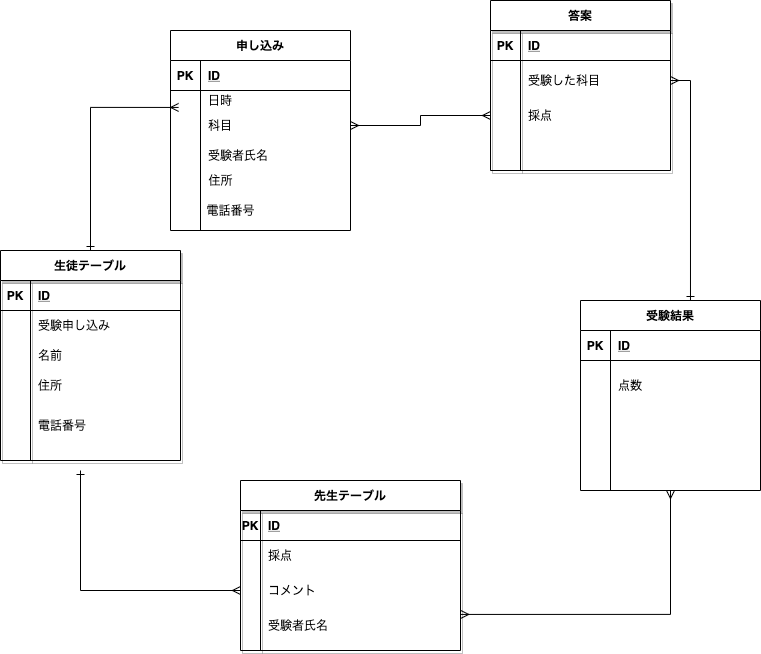
oninopantsu/diagrams.net keeps this draw.io diagram as indesx.drawio.png. Above is the earlier version. Source tidied: cells renumbered, new cells last; positions are measured from the earlier drawing's top-left corner, leaving out a move shared by most shapes.
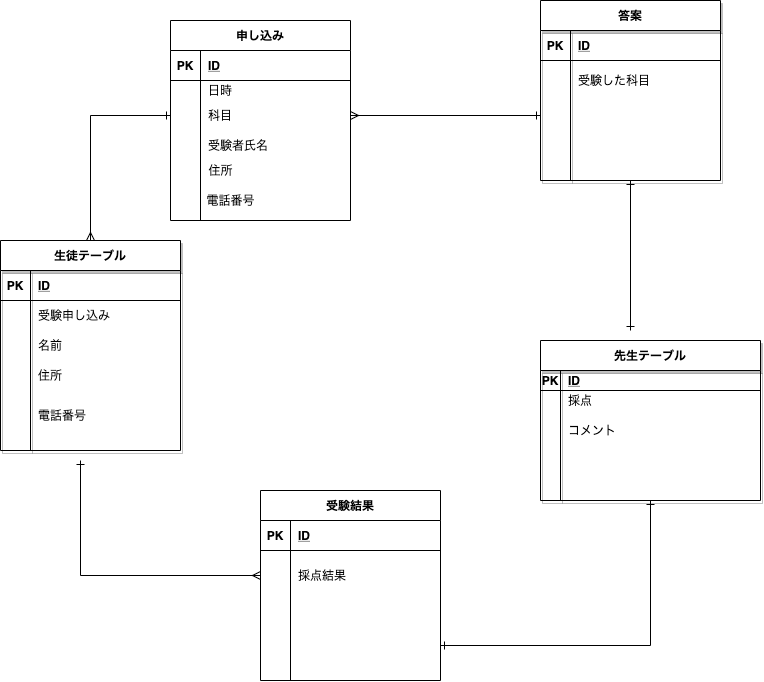
Above is the later version.

The edit, as a diff of the source:
```diff
@@ -2,29 +2,32 @@
   <root>
     <mxCell id="0" />
     <mxCell id="1" parent="0" />
+    <mxCell id="78" style="edgeStyle=orthogonalEdgeStyle;rounded=0;jettySize=auto;html=1;entryX=1;entryY=0.5;entryDx=0;entryDy=0;startArrow=ERone;startFill=0;endArrow=ERone;endFill=0;" parent="1" edge="1" source="2" target="53">
+      <mxGeometry relative="1" as="geometry" />
+    </mxCell>
     <mxCell id="2" value="先生テーブル" style="shape=table;startSize=30;rowLines=0;fontStyle=1;align=center;shadow=1;" parent="1" vertex="1">
-      <mxGeometry x="240" y="480" width="220" height="170" as="geometry" />
+      <mxGeometry x="540" y="350" width="220" height="160" as="geometry" />
     </mxCell>
     <mxCell id="3" style="shape=partialRectangle;fillColor=none;top=0;left=0;bottom=1;right=0;" parent="2" vertex="1">
-      <mxGeometry y="30" width="220" height="30" as="geometry" />
+      <mxGeometry y="30" width="220" height="20" as="geometry" />
     </mxCell>
     <mxCell id="4" value="PK" style="shape=partialRectangle;fillColor=none;top=0;left=0;bottom=0;right=0;fontStyle=1;overflow=hidden;" parent="3" vertex="1">
-      <mxGeometry width="20" height="30" as="geometry" />
+      <mxGeometry width="20" height="20" as="geometry" />
     </mxCell>
     <mxCell id="5" value="ID" style="shape=partialRectangle;fillColor=none;top=0;left=0;bottom=0;right=0;align=left;spacingLeft=6;fontStyle=5;overflow=hidden;" parent="3" vertex="1">
-      <mxGeometry x="20" width="200" height="30" as="geometry" />
+      <mxGeometry x="20" width="200" height="20" as="geometry" />
     </mxCell>
     <mxCell id="6" style="shape=partialRectangle;fillColor=none;top=0;left=0;bottom=0;right=0;" parent="2" vertex="1">
-      <mxGeometry y="60" width="220" height="30" as="geometry" />
+      <mxGeometry y="50" width="220" height="20" as="geometry" />
     </mxCell>
     <mxCell id="7" style="shape=partialRectangle;fillColor=none;top=0;left=0;bottom=0;right=0;overflow=hidden;" parent="6" vertex="1">
-      <mxGeometry width="20" height="30" as="geometry" />
+      <mxGeometry width="20" height="20" as="geometry" />
     </mxCell>
     <mxCell id="8" value="採点" style="shape=partialRectangle;fillColor=none;top=0;left=0;bottom=0;right=0;align=left;spacingLeft=6;overflow=hidden;" parent="6" vertex="1">
-      <mxGeometry x="20" width="200" height="30" as="geometry" />
+      <mxGeometry x="20" width="200" height="20" as="geometry" />
     </mxCell>
     <mxCell id="9" style="shape=partialRectangle;fillColor=none;top=0;left=0;bottom=0;right=0;points=[[0,0.5],[1,0.5]];portConstraint=eastwest;" parent="2" vertex="1">
-      <mxGeometry y="90" width="220" height="40" as="geometry" />
+      <mxGeometry y="70" width="220" height="40" as="geometry" />
     </mxCell>
     <mxCell id="10" style="shape=partialRectangle;fillColor=none;top=0;left=0;bottom=0;right=0;overflow=hidden;" parent="9" vertex="1">
       <mxGeometry width="20" height="40" as="geometry" />
@@ -33,15 +36,15 @@
       <mxGeometry x="20" width="200" height="40" as="geometry" />
     </mxCell>
     <mxCell id="12" style="shape=partialRectangle;fillColor=none;top=0;left=0;bottom=0;right=0;points=[[0,0.5],[1,0.5]];portConstraint=eastwest;" parent="2" vertex="1">
-      <mxGeometry y="130" width="220" height="30" as="geometry" />
+      <mxGeometry y="110" width="220" height="30" as="geometry" />
     </mxCell>
     <mxCell id="13" style="shape=partialRectangle;fillColor=none;top=0;left=0;bottom=0;right=0;overflow=hidden;" parent="12" vertex="1">
       <mxGeometry width="20" height="30" as="geometry" />
     </mxCell>
-    <mxCell id="14" value="受験者氏名" style="shape=partialRectangle;fillColor=none;top=0;left=0;bottom=0;right=0;align=left;spacingLeft=6;overflow=hidden;" parent="12" vertex="1">
+    <mxCell id="14" style="shape=partialRectangle;fillColor=none;top=0;left=0;bottom=0;right=0;align=left;spacingLeft=6;overflow=hidden;" parent="12" vertex="1">
       <mxGeometry x="20" width="200" height="30" as="geometry" />
     </mxCell>
-    <mxCell id="15" style="edgeStyle=orthogonalEdgeStyle;rounded=0;jettySize=auto;html=1;entryX=0.045;entryY=-0.102;entryDx=0;entryDy=0;entryPerimeter=0;startArrow=ERone;startFill=0;endArrow=ERmany;endFill=0;" parent="1" edge="1" source="16" target="68">
+    <mxCell id="15" style="edgeStyle=orthogonalEdgeStyle;rounded=0;jettySize=auto;html=1;entryX=0;entryY=0.5;entryDx=0;entryDy=0;startArrow=ERmany;startFill=0;endArrow=ERone;endFill=0;" parent="1" edge="1" source="16" target="68">
       <mxGeometry relative="1" as="geometry" />
     </mxCell>
     <mxCell id="16" value="生徒テーブル" style="shape=table;startSize=30;rowLines=0;fontStyle=1;align=center;shadow=1;" parent="1" vertex="1">
@@ -83,8 +86,13 @@
     <mxCell id="28" value="住所" style="shape=partialRectangle;fillColor=none;top=0;left=0;bottom=0;right=0;align=left;spacingLeft=6;overflow=hidden;" parent="26" vertex="1">
       <mxGeometry x="30" width="150" height="30" as="geometry" />
     </mxCell>
+    <mxCell id="79" style="edgeStyle=orthogonalEdgeStyle;rounded=0;jettySize=auto;html=1;endArrow=ERone;endFill=0;startArrow=ERone;startFill=0;" parent="1" edge="1" source="29">
+      <mxGeometry relative="1" as="geometry">
+        <mxPoint x="630" y="340" as="targetPoint" />
+      </mxGeometry>
+    </mxCell>
     <mxCell id="29" value="答案" style="shape=table;startSize=30;rowLines=0;fontStyle=1;align=center;shadow=1;" parent="1" vertex="1">
-      <mxGeometry x="490" width="180" height="170" as="geometry" />
+      <mxGeometry x="540" y="10" width="180" height="180" as="geometry" />
     </mxCell>
     <mxCell id="30" style="shape=partialRectangle;fillColor=none;top=0;left=0;bottom=1;right=0;" parent="29" vertex="1">
       <mxGeometry y="30" width="180" height="30" as="geometry" />
@@ -110,7 +118,7 @@
     <mxCell id="37" style="shape=partialRectangle;fillColor=none;top=0;left=0;bottom=0;right=0;overflow=hidden;" parent="36" vertex="1">
       <mxGeometry width="30" height="30" as="geometry" />
     </mxCell>
-    <mxCell id="38" value="採点" style="shape=partialRectangle;fillColor=none;top=0;left=0;bottom=0;right=0;align=left;spacingLeft=6;overflow=hidden;" parent="36" vertex="1">
+    <mxCell id="38" style="shape=partialRectangle;fillColor=none;top=0;left=0;bottom=0;right=0;align=left;spacingLeft=6;overflow=hidden;" parent="36" vertex="1">
       <mxGeometry x="30" width="150" height="30" as="geometry" />
     </mxCell>
     <mxCell id="39" style="shape=partialRectangle;fillColor=none;top=0;left=0;bottom=0;right=0;" parent="29" vertex="1">
@@ -122,11 +130,8 @@
     <mxCell id="41" style="shape=partialRectangle;fillColor=none;top=0;left=0;bottom=0;right=0;align=left;spacingLeft=6;overflow=hidden;" parent="39" vertex="1">
       <mxGeometry x="30" width="150" height="30" as="geometry" />
     </mxCell>
-    <mxCell id="42" style="edgeStyle=orthogonalEdgeStyle;rounded=0;jettySize=auto;html=1;entryX=1.001;entryY=0.131;entryDx=0;entryDy=0;entryPerimeter=0;startArrow=ERmany;startFill=0;endArrow=ERmany;endFill=0;" parent="1" edge="1" source="43" target="12">
-      <mxGeometry relative="1" as="geometry" />
-    </mxCell>
     <mxCell id="43" value="受験結果" style="shape=table;startSize=30;rowLines=0;fontStyle=1;align=center;" parent="1" vertex="1">
-      <mxGeometry x="580" y="300" width="180" height="190" as="geometry" />
+      <mxGeometry x="260" y="500" width="180" height="190" as="geometry" />
     </mxCell>
     <mxCell id="44" style="shape=partialRectangle;fillColor=none;top=0;left=0;bottom=1;right=0;" parent="43" vertex="1">
       <mxGeometry y="30" width="180" height="30" as="geometry" />
@@ -143,7 +148,7 @@
     <mxCell id="48" style="shape=partialRectangle;fillColor=none;top=0;left=0;bottom=0;right=0;overflow=hidden;" parent="47" vertex="1">
       <mxGeometry width="30" height="50" as="geometry" />
     </mxCell>
-    <mxCell id="49" value="点数" style="shape=partialRectangle;fillColor=none;top=0;left=0;bottom=0;right=0;align=left;spacingLeft=6;overflow=hidden;" parent="47" vertex="1">
+    <mxCell id="49" value="採点結果" style="shape=partialRectangle;fillColor=none;top=0;left=0;bottom=0;right=0;align=left;spacingLeft=6;overflow=hidden;" parent="47" vertex="1">
       <mxGeometry x="30" width="150" height="50" as="geometry" />
     </mxCell>
     <mxCell id="50" style="shape=partialRectangle;fillColor=none;top=0;left=0;bottom=0;right=0;" parent="43" vertex="1">
@@ -176,9 +181,6 @@
     <mxCell id="59" value="電話番号" style="shape=partialRectangle;fillColor=none;top=0;left=0;bottom=0;right=0;align=left;spacingLeft=6;overflow=hidden;" parent="1" vertex="1">
       <mxGeometry x="30" y="410" width="150" height="30" as="geometry" />
     </mxCell>
-    <mxCell id="60" style="edgeStyle=orthogonalEdgeStyle;rounded=0;jettySize=auto;html=1;entryX=0.611;entryY=0;entryDx=0;entryDy=0;entryPerimeter=0;startArrow=ERmany;startFill=0;endArrow=ERone;endFill=0;" parent="1" edge="1" source="33" target="43">
-      <mxGeometry relative="1" as="geometry" />
-    </mxCell>
     <mxCell id="61" value="申し込み" style="shape=table;startSize=30;rowLines=0;fontStyle=1;align=center;" parent="1" vertex="1">
       <mxGeometry x="170" y="30" width="180" height="200" as="geometry" />
     </mxCell>
@@ -218,19 +220,19 @@
     <mxCell id="73" value="受験者氏名" style="shape=partialRectangle;fillColor=none;top=0;left=0;bottom=0;right=0;align=left;spacingLeft=6;overflow=hidden;" parent="71" vertex="1">
       <mxGeometry x="30" width="150" height="30" as="geometry" />
     </mxCell>
-    <mxCell id="74" style="edgeStyle=orthogonalEdgeStyle;rounded=0;jettySize=auto;html=1;entryX=0;entryY=0.5;entryDx=0;entryDy=0;startArrow=ERmany;startFill=0;endArrow=ERmany;endFill=0;" parent="1" edge="1" source="68" target="36">
+    <mxCell id="74" style="edgeStyle=orthogonalEdgeStyle;rounded=0;jettySize=auto;html=1;entryX=0;entryY=0.5;entryDx=0;entryDy=0;startArrow=ERmany;startFill=0;endArrow=ERone;endFill=0;" parent="1" edge="1" source="68" target="36">
       <mxGeometry relative="1" as="geometry" />
     </mxCell>
-    <mxCell id="75" style="edgeStyle=orthogonalEdgeStyle;rounded=0;jettySize=auto;html=1;startArrow=ERmany;startFill=0;endArrow=ERone;endFill=0;" parent="1" edge="1" source="9">
-      <mxGeometry relative="1" as="geometry">
-        <mxPoint x="80" y="470" as="targetPoint" />
-      </mxGeometry>
-    </mxCell>
     <mxCell id="76" value="住所" style="text;html=1;align=center;verticalAlign=middle;" parent="1" vertex="1">
       <mxGeometry x="200" y="170" width="40" height="20" as="geometry" />
     </mxCell>
     <mxCell id="77" value="電話番号" style="text;html=1;align=center;verticalAlign=middle;" parent="1" vertex="1">
       <mxGeometry x="200" y="200" width="60" height="20" as="geometry" />
     </mxCell>
+    <mxCell id="80" style="edgeStyle=orthogonalEdgeStyle;rounded=0;jettySize=auto;html=1;startArrow=ERmany;startFill=0;endArrow=ERone;endFill=0;" parent="1" edge="1" source="47">
+      <mxGeometry relative="1" as="geometry">
+        <mxPoint x="80" y="470" as="targetPoint" />
+      </mxGeometry>
+    </mxCell>
   </root>
 </mxGraphModel>
```
